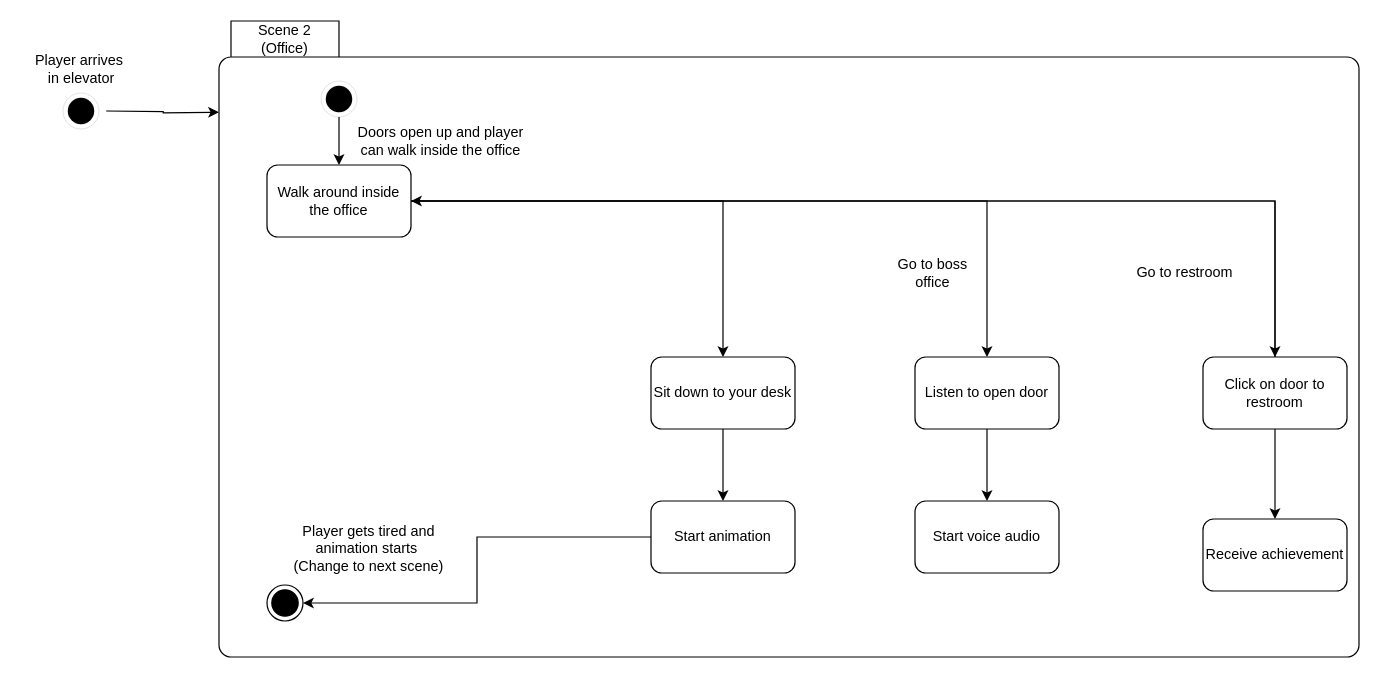
Before: Diagrams/StateMachineDiagrams/StateMachineScene2.drawio in FischkopDev/Game-development-AP-Uni-Heidelberg, a draw.io diagram. Source tidied: cells renumbered, new cells numbered last; positions are measured from the earlier drawing's top-left corner, leaving out a move shared by most shapes. Both pictures are drawn from the tidied source at 120%, with x=0, y=0 at pixel (20, 20).
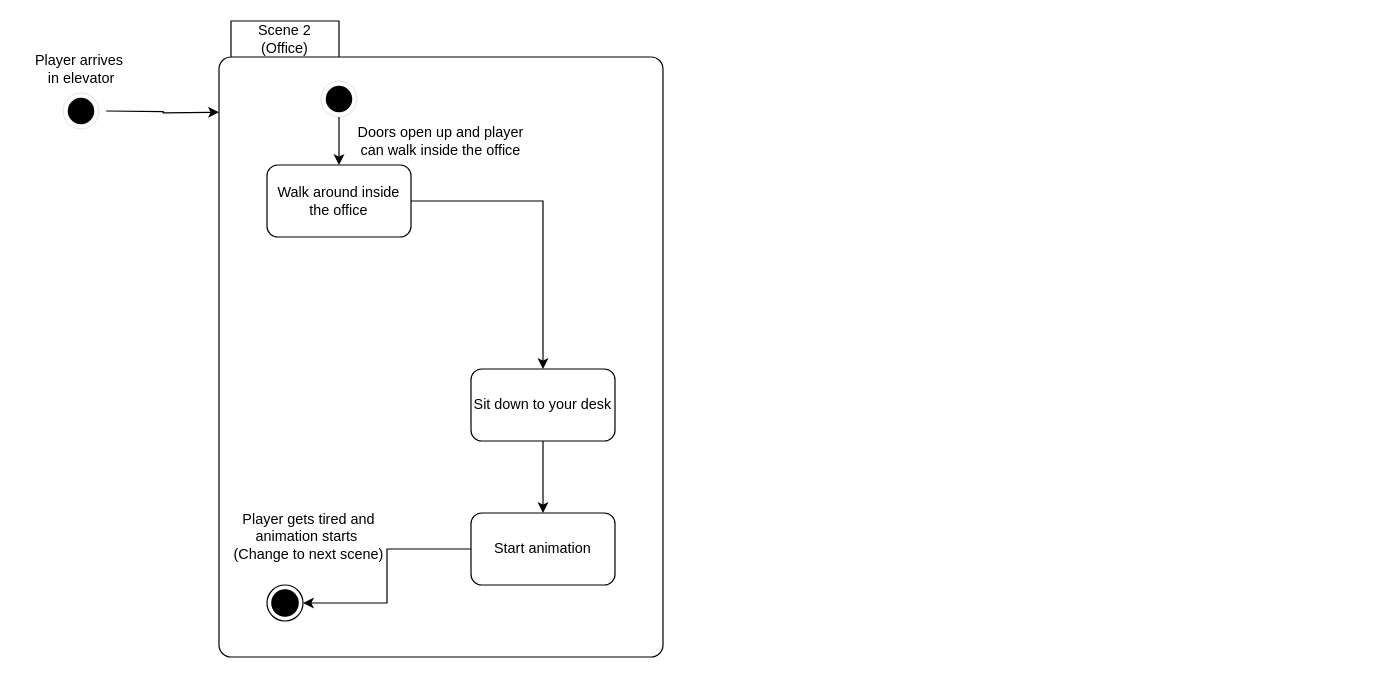
After the change.

The change refers to these unchanged cells:
```xml
<mxCell id="10" value="Walk around inside the office" style="rounded=1;whiteSpace=wrap;html=1;" parent="1" vertex="1">
  <mxGeometry x="205" y="120" width="120" height="60" as="geometry" />
</mxCell>
```

Change to the diagram source:
```diff
@@
     <mxCell id="4" value="Scene 2&lt;br&gt;&lt;div&gt;(Office)&lt;/div&gt;" style="shape=folder;align=center;verticalAlign=middle;fontStyle=0;tabWidth=100;tabHeight=30;tabPosition=left;html=1;boundedLbl=1;labelInHeader=1;rounded=1;absoluteArcSize=1;arcSize=10;whiteSpace=wrap;" parent="1" vertex="1">
-      <mxGeometry x="165" width="950" height="530" as="geometry" />
+      <mxGeometry x="165" width="370" height="530" as="geometry" />
     </mxCell>
@@
-    <mxCell id="7" style="edgeStyle=orthogonalEdgeStyle;rounded=0;jettySize=auto;html=1;entryX=0.5;entryY=0;entryDx=0;entryDy=0;" parent="1" edge="1" source="10" target="15">
-      <mxGeometry relative="1" as="geometry" />
-    </mxCell>
-    <mxCell id="8" style="edgeStyle=orthogonalEdgeStyle;rounded=0;jettySize=auto;html=1;" parent="1" edge="1" source="10" target="19">
-      <mxGeometry relative="1" as="geometry" />
-    </mxCell>
@@
-    <mxCell id="14" style="edgeStyle=orthogonalEdgeStyle;rounded=0;jettySize=auto;html=1;" parent="1" edge="1" source="15" target="16">
-      <mxGeometry relative="1" as="geometry" />
-    </mxCell>
-    <mxCell id="15" value="Listen to open door" style="rounded=1;whiteSpace=wrap;html=1;" parent="1" vertex="1">
-      <mxGeometry x="745" y="280" width="120" height="60" as="geometry" />
-    </mxCell>
-    <mxCell id="16" value="Start voice audio" style="rounded=1;whiteSpace=wrap;html=1;" parent="1" vertex="1">
-      <mxGeometry x="745" y="400" width="120" height="60" as="geometry" />
-    </mxCell>
-    <mxCell id="17" style="edgeStyle=orthogonalEdgeStyle;rounded=0;jettySize=auto;html=1;" parent="1" edge="1" source="19" target="20">
-      <mxGeometry relative="1" as="geometry" />
-    </mxCell>
-    <mxCell id="18" style="edgeStyle=orthogonalEdgeStyle;rounded=0;jettySize=auto;html=1;entryX=1;entryY=0.5;entryDx=0;entryDy=0;" parent="1" edge="1" source="19" target="10">
-      <mxGeometry relative="1" as="geometry">
-        <Array as="points">
-          <mxPoint x="1045" y="150" />
-        </Array>
-      </mxGeometry>
-    </mxCell>
-    <mxCell id="19" value="Click on door to restroom" style="rounded=1;whiteSpace=wrap;html=1;" parent="1" vertex="1">
-      <mxGeometry x="985" y="280" width="120" height="60" as="geometry" />
-    </mxCell>
-    <mxCell id="20" value="Receive achievement" style="rounded=1;whiteSpace=wrap;html=1;" parent="1" vertex="1">
-      <mxGeometry x="985" y="415" width="120" height="60" as="geometry" />
-    </mxCell>
-    <mxCell id="21" value="Go to boss office" style="text;html=1;align=center;verticalAlign=middle;whiteSpace=wrap;rounded=0;" parent="1" vertex="1">
-      <mxGeometry x="725" y="190" width="70" height="40" as="geometry" />
-    </mxCell>
-    <mxCell id="22" value="Go to restroom" style="text;html=1;align=center;verticalAlign=middle;whiteSpace=wrap;rounded=0;" parent="1" vertex="1">
-      <mxGeometry x="895" y="180" width="150" height="60" as="geometry" />
-    </mxCell>
@@
     <mxCell id="24" value="Sit down to your desk" style="rounded=1;whiteSpace=wrap;html=1;" parent="1" vertex="1">
-      <mxGeometry x="525" y="280" width="120" height="60" as="geometry" />
+      <mxGeometry x="375" y="290" width="120" height="60" as="geometry" />
     </mxCell>
@@
     <mxCell id="26" value="Start animation" style="rounded=1;whiteSpace=wrap;html=1;" parent="1" vertex="1">
-      <mxGeometry x="525" y="400" width="120" height="60" as="geometry" />
+      <mxGeometry x="375" y="410" width="120" height="60" as="geometry" />
     </mxCell>
     <mxCell id="27" value="&lt;div&gt;Player gets tired and animation starts&amp;nbsp;&lt;/div&gt;&lt;div&gt;(Change to next scene)&lt;/div&gt;" style="text;html=1;align=center;verticalAlign=middle;whiteSpace=wrap;rounded=0;" parent="1" vertex="1">
-      <mxGeometry x="215" y="420" width="150" height="40" as="geometry" />
+      <mxGeometry x="165" y="410" width="150" height="40" as="geometry" />
     </mxCell>
```
